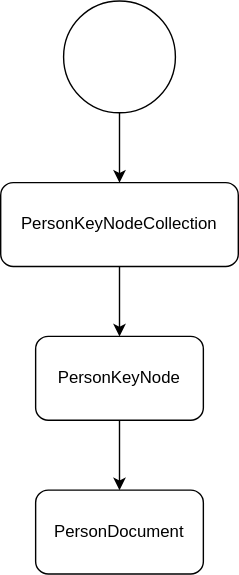
The draw.io diagram docs/img/derivation-tree.svg in datalbry/sample-api-connector, before a commit. Source tidied: cells renumbered, new cells last; positions are measured from the earlier drawing's top-left corner, leaving out a move shared by most shapes. The source it was exported from:
```xml
<mxGraphModel>
  <root>
    <mxCell id="0" />
    <mxCell id="1" parent="0" />
    <mxCell id="2" style="edgeStyle=orthogonalEdgeStyle;rounded=0;jettySize=auto;html=1;exitX=0.5;exitY=1;exitDx=0;exitDy=0;entryX=0.5;entryY=0;entryDx=0;entryDy=0;" parent="1" edge="1" source="3" target="5">
      <mxGeometry relative="1" as="geometry" />
    </mxCell>
    <mxCell id="3" style="ellipse;whiteSpace=wrap;html=1;" parent="1" vertex="1">
      <mxGeometry x="45" width="80" height="80" as="geometry" />
    </mxCell>
    <mxCell id="4" style="edgeStyle=orthogonalEdgeStyle;rounded=0;jettySize=auto;html=1;exitX=0.5;exitY=1;exitDx=0;exitDy=0;entryX=0.5;entryY=0;entryDx=0;entryDy=0;" parent="1" edge="1" source="5" target="7">
      <mxGeometry relative="1" as="geometry" />
    </mxCell>
    <mxCell id="5" value="PersonKeyNodeCollection" style="rounded=1;whiteSpace=wrap;html=1;" parent="1" vertex="1">
      <mxGeometry y="130" width="170" height="60" as="geometry" />
    </mxCell>
    <mxCell id="6" style="edgeStyle=orthogonalEdgeStyle;rounded=0;jettySize=auto;html=1;exitX=0.5;exitY=1;exitDx=0;exitDy=0;entryX=0.5;entryY=0;entryDx=0;entryDy=0;" parent="1" edge="1" source="7" target="8">
      <mxGeometry relative="1" as="geometry" />
    </mxCell>
    <mxCell id="7" value="PersonKeyNode" style="rounded=1;whiteSpace=wrap;html=1;" parent="1" vertex="1">
      <mxGeometry x="25" y="240" width="120" height="60" as="geometry" />
    </mxCell>
    <mxCell id="8" value="PersonDocument" style="rounded=1;whiteSpace=wrap;html=1;" parent="1" vertex="1">
      <mxGeometry x="25" y="350" width="120" height="60" as="geometry" />
    </mxCell>
  </root>
</mxGraphModel>
```
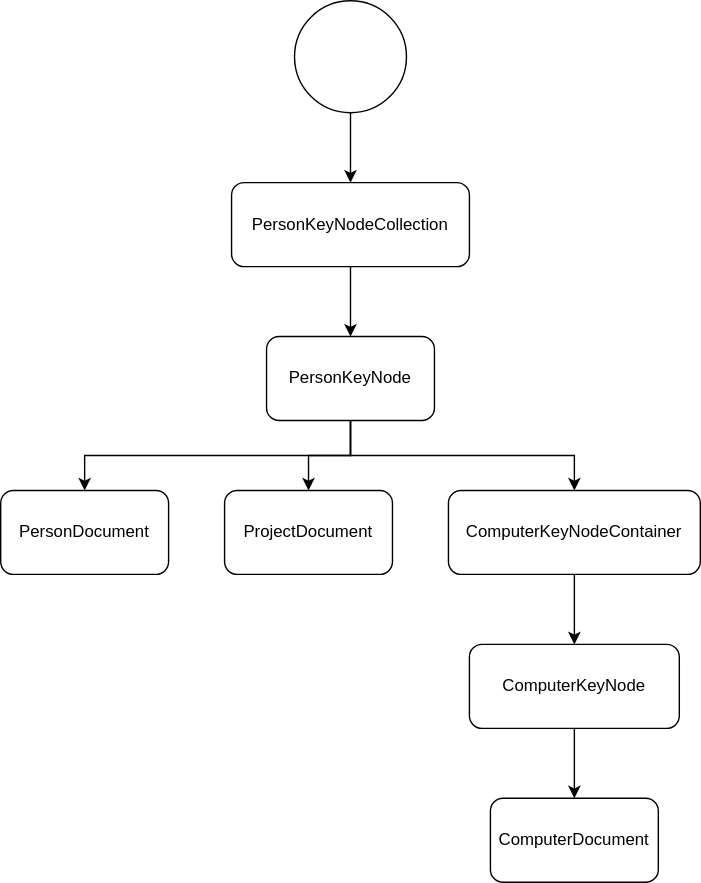
Above is the later version.

Change to the diagram source:
```diff
@@ -17,11 +17,35 @@
     <mxCell id="6" style="edgeStyle=orthogonalEdgeStyle;rounded=0;jettySize=auto;html=1;exitX=0.5;exitY=1;exitDx=0;exitDy=0;entryX=0.5;entryY=0;entryDx=0;entryDy=0;" parent="1" edge="1" source="7" target="8">
       <mxGeometry relative="1" as="geometry" />
     </mxCell>
+    <mxCell id="9" style="edgeStyle=orthogonalEdgeStyle;rounded=0;jettySize=auto;html=1;exitX=0.5;exitY=1;exitDx=0;exitDy=0;" parent="1" edge="1" source="7" target="11">
+      <mxGeometry relative="1" as="geometry" />
+    </mxCell>
+    <mxCell id="10" style="edgeStyle=orthogonalEdgeStyle;rounded=0;jettySize=auto;html=1;exitX=0.5;exitY=1;exitDx=0;exitDy=0;" parent="1" edge="1" source="7" target="13">
+      <mxGeometry relative="1" as="geometry" />
+    </mxCell>
     <mxCell id="7" value="PersonKeyNode" style="rounded=1;whiteSpace=wrap;html=1;" parent="1" vertex="1">
       <mxGeometry x="25" y="240" width="120" height="60" as="geometry" />
     </mxCell>
     <mxCell id="8" value="PersonDocument" style="rounded=1;whiteSpace=wrap;html=1;" parent="1" vertex="1">
-      <mxGeometry x="25" y="350" width="120" height="60" as="geometry" />
+      <mxGeometry x="-165" y="350" width="120" height="60" as="geometry" />
     </mxCell>
+    <mxCell id="11" value="ProjectDocument" style="rounded=1;whiteSpace=wrap;html=1;" parent="1" vertex="1">
+      <mxGeometry x="-5" y="350" width="120" height="60" as="geometry" />
+    </mxCell>
+    <mxCell id="12" style="edgeStyle=orthogonalEdgeStyle;rounded=0;jettySize=auto;html=1;exitX=0.5;exitY=1;exitDx=0;exitDy=0;entryX=0.5;entryY=0;entryDx=0;entryDy=0;" parent="1" edge="1" source="13" target="15">
+      <mxGeometry relative="1" as="geometry" />
+    </mxCell>
+    <mxCell id="13" value="ComputerKeyNodeContainer" style="rounded=1;whiteSpace=wrap;html=1;" parent="1" vertex="1">
+      <mxGeometry x="155" y="350" width="180" height="60" as="geometry" />
+    </mxCell>
+    <mxCell id="14" style="edgeStyle=orthogonalEdgeStyle;rounded=0;jettySize=auto;html=1;exitX=0.5;exitY=1;exitDx=0;exitDy=0;entryX=0.5;entryY=0;entryDx=0;entryDy=0;" parent="1" edge="1" source="15" target="16">
+      <mxGeometry relative="1" as="geometry" />
+    </mxCell>
+    <mxCell id="15" value="ComputerKeyNode" style="rounded=1;whiteSpace=wrap;html=1;" parent="1" vertex="1">
+      <mxGeometry x="170" y="460" width="150" height="60" as="geometry" />
+    </mxCell>
+    <mxCell id="16" value="ComputerDocument" style="rounded=1;whiteSpace=wrap;html=1;" parent="1" vertex="1">
+      <mxGeometry x="185" y="570" width="120" height="60" as="geometry" />
+    </mxCell>
   </root>
 </mxGraphModel>
```
